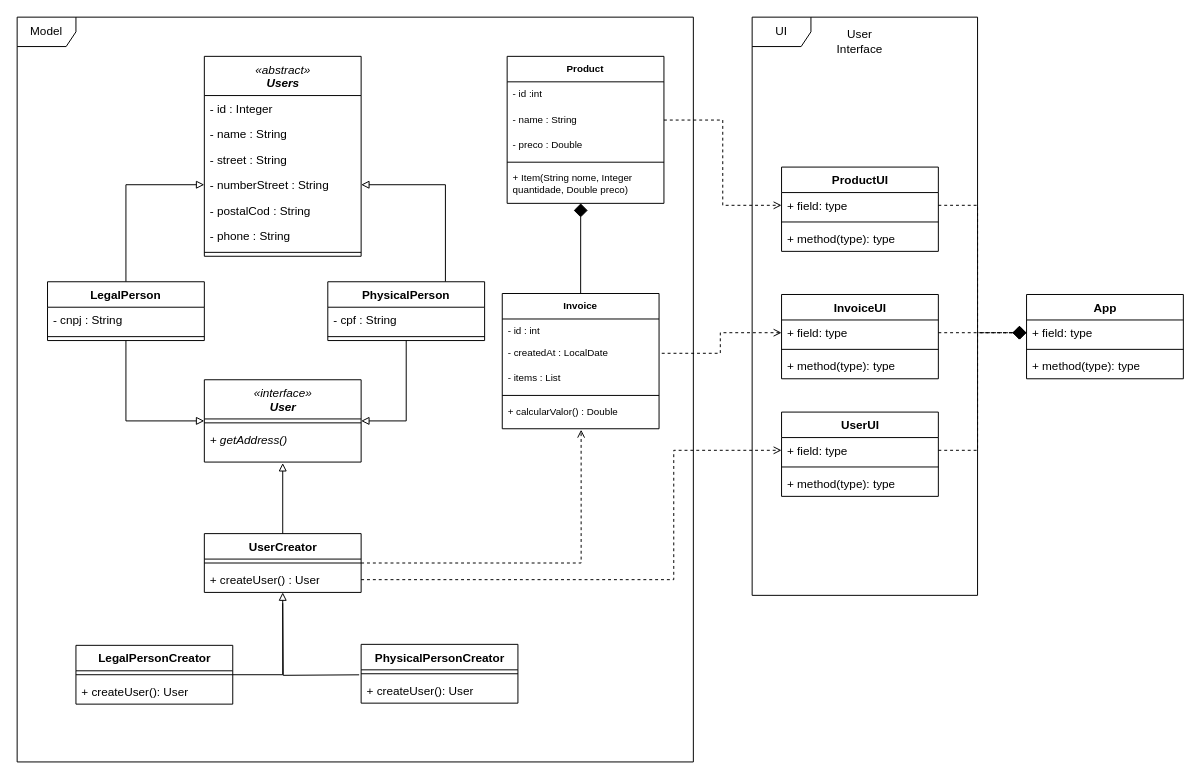
Earlier version of the draw.io diagram docs/checkpoint2.drawio (carlosalbertofilho/checkpoint2-poo1). Source tidied: cells renumbered, new cells numbered last; positions are measured from the earlier drawing's top-left corner, leaving out a move shared by most shapes. Both pictures are drawn from the tidied source at 98%, with x=0, y=0 at pixel (17, 17).
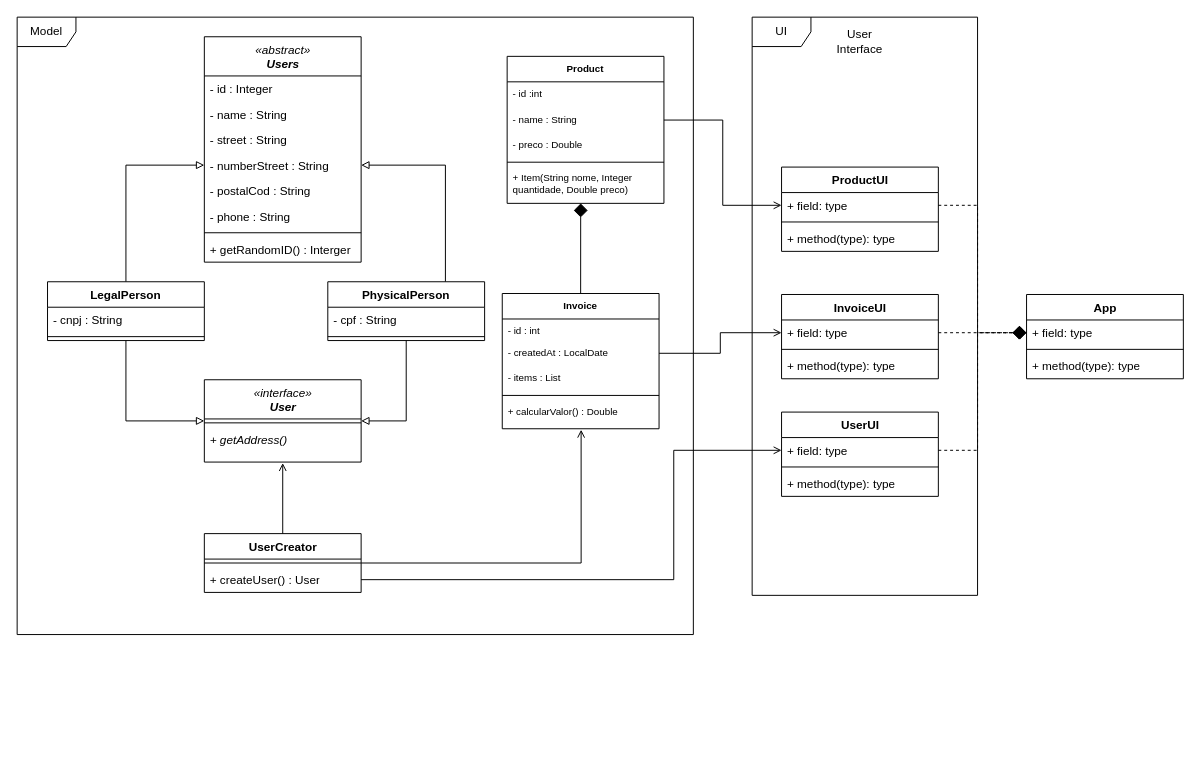
Above is the later version.

Unchanged cells that the change refers to:
```xml
<mxCell id="8" value="+ getAddress()" style="text;strokeColor=none;fillColor=none;align=left;verticalAlign=top;spacingLeft=4;spacingRight=4;overflow=hidden;points=[[0,0.5],[1,0.5]];portConstraint=eastwest;whiteSpace=wrap;fontStyle=2;" parent="6" vertex="1">
  <mxGeometry y="48" width="160" height="36" as="geometry" />
</mxCell>
<mxCell id="11" value="- createdAt : LocalDate" style="text;strokeColor=none;fillColor=none;align=left;verticalAlign=top;spacingLeft=4;spacingRight=4;overflow=hidden;points=[[0,0.5],[1,0.5]];portConstraint=eastwest;fontSize=10;html=0;" parent="9" vertex="1">
  <mxGeometry y="48" width="160" height="26" as="geometry" />
</mxCell>
<mxCell id="14" value="+ calcularValor() : Double" style="text;strokeColor=none;fillColor=none;align=left;verticalAlign=top;spacingLeft=4;spacingRight=4;overflow=hidden;points=[[0,0.5],[1,0.5]];portConstraint=eastwest;fontSize=10;html=0;" parent="9" vertex="1">
  <mxGeometry y="108" width="160" height="30" as="geometry" />
</mxCell>
<mxCell id="17" value="- name : String" style="text;strokeColor=none;fillColor=none;align=left;verticalAlign=top;spacingLeft=4;spacingRight=4;overflow=hidden;points=[[0,0.5],[1,0.5]];portConstraint=eastwest;fontSize=10;html=0;" parent="15" vertex="1">
  <mxGeometry y="52" width="160" height="26" as="geometry" />
</mxCell>
<mxCell id="31" value="UserCreator" style="swimlane;fontStyle=1;align=center;verticalAlign=top;horizontal=1;startSize=26;html=1;" parent="1" vertex="1">
  <mxGeometry x="191" y="527" width="160" height="60" as="geometry" />
</mxCell>
<mxCell id="33" value="+ createUser() : User" style="text;strokeColor=none;fillColor=none;align=left;verticalAlign=top;spacingLeft=4;spacingRight=4;overflow=hidden;points=[[0,0.5],[1,0.5]];portConstraint=eastwest;html=1;" parent="31" vertex="1">
  <mxGeometry y="34" width="160" height="26" as="geometry" />
</mxCell>
<mxCell id="44" value="+ field: type" style="text;strokeColor=none;fillColor=none;align=left;verticalAlign=top;spacingLeft=4;spacingRight=4;overflow=hidden;points=[[0,0.5],[1,0.5]];portConstraint=eastwest;html=1;" parent="43" vertex="1">
  <mxGeometry y="26" width="160" height="26" as="geometry" />
</mxCell>
<mxCell id="48" value="+ field: type" style="text;strokeColor=none;fillColor=none;align=left;verticalAlign=top;spacingLeft=4;spacingRight=4;overflow=hidden;points=[[0,0.5],[1,0.5]];portConstraint=eastwest;html=1;" parent="47" vertex="1">
  <mxGeometry y="26" width="160" height="26" as="geometry" />
</mxCell>
<mxCell id="52" value="+ field: type" style="text;strokeColor=none;fillColor=none;align=left;verticalAlign=top;spacingLeft=4;spacingRight=4;overflow=hidden;points=[[0,0.5],[1,0.5]];portConstraint=eastwest;html=1;" parent="51" vertex="1">
  <mxGeometry y="26" width="160" height="26" as="geometry" />
</mxCell>
```

Diff of the diagram source:
```diff
@@
     <mxCell id="2" value="Model" style="shape=umlFrame;whiteSpace=wrap;html=1;" parent="1" vertex="1">
-      <mxGeometry width="690" height="760" as="geometry" />
+      <mxGeometry width="690" height="630" as="geometry" />
     </mxCell>
@@
-    <mxCell id="30" style="edgeStyle=orthogonalEdgeStyle;rounded=0;jettySize=auto;html=1;exitX=1;exitY=0.5;exitDx=0;exitDy=0;dashed=1;endArrow=open;endFill=0;entryX=0.503;entryY=1.033;entryDx=0;entryDy=0;entryPerimeter=0;" parent="1" edge="1" source="31" target="14">
+    <mxCell id="30" style="edgeStyle=orthogonalEdgeStyle;rounded=0;jettySize=auto;html=1;exitX=1;exitY=0.5;exitDx=0;exitDy=0;endArrow=open;endFill=0;entryX=0.503;entryY=1.033;entryDx=0;entryDy=0;entryPerimeter=0;" parent="1" edge="1" source="31" target="14">
       <mxGeometry relative="1" as="geometry" />
     </mxCell>
@@
-    <mxCell id="34" style="edgeStyle=orthogonalEdgeStyle;rounded=0;jettySize=auto;html=1;exitX=1;exitY=0.5;exitDx=0;exitDy=0;endArrow=block;endFill=0;" parent="1" edge="1" source="35" target="31">
-      <mxGeometry relative="1" as="geometry" />
-    </mxCell>
-    <mxCell id="35" value="LegalPersonCreator" style="swimlane;fontStyle=1;align=center;verticalAlign=top;horizontal=1;startSize=26;html=1;" parent="1" vertex="1">
-      <mxGeometry x="60" y="641" width="160" height="60" as="geometry" />
-    </mxCell>
-    <mxCell id="36" style="line;strokeWidth=1;fillColor=none;align=left;verticalAlign=middle;spacingTop=-1;spacingLeft=3;spacingRight=3;labelPosition=right;html=1;" parent="35" vertex="1">
-      <mxGeometry y="26" width="160" height="8" as="geometry" />
-    </mxCell>
-    <mxCell id="37" value="+ createUser(): User" style="text;strokeColor=none;fillColor=none;align=left;verticalAlign=top;spacingLeft=4;spacingRight=4;overflow=hidden;html=1;" parent="35" vertex="1">
-      <mxGeometry y="34" width="160" height="26" as="geometry" />
-    </mxCell>
-    <mxCell id="38" style="edgeStyle=orthogonalEdgeStyle;rounded=0;orthogonalLoop=1;jettySize=auto;html=1;exitX=-0.006;exitY=0.632;exitDx=0;exitDy=0;endArrow=none;endFill=0;exitPerimeter=0;" parent="1" edge="1">
-      <mxGeometry relative="1" as="geometry">
-        <mxPoint x="349" y="671.1" as="sourcePoint" />
-        <mxPoint x="271" y="598" as="targetPoint" />
-      </mxGeometry>
-    </mxCell>
-    <mxCell id="39" value="PhysicalPersonCreator" style="swimlane;fontStyle=1;align=center;verticalAlign=top;horizontal=1;startSize=26;html=1;" parent="1" vertex="1">
-      <mxGeometry x="351" y="640" width="160" height="60" as="geometry" />
-    </mxCell>
-    <mxCell id="40" style="line;strokeWidth=1;fillColor=none;align=left;verticalAlign=middle;spacingTop=-1;spacingLeft=3;spacingRight=3;labelPosition=right;html=1;" parent="39" vertex="1">
-      <mxGeometry y="26" width="160" height="8" as="geometry" />
-    </mxCell>
-    <mxCell id="41" value="+ createUser(): User" style="text;strokeColor=none;fillColor=none;align=left;verticalAlign=top;spacingLeft=4;spacingRight=4;overflow=hidden;html=1;" parent="39" vertex="1">
-      <mxGeometry y="34" width="160" height="26" as="geometry" />
-    </mxCell>
-    <mxCell id="42" style="edgeStyle=orthogonalEdgeStyle;rounded=0;jettySize=auto;html=1;entryX=0.5;entryY=1.028;entryDx=0;entryDy=0;entryPerimeter=0;endArrow=block;endFill=0;exitX=0.5;exitY=0;exitDx=0;exitDy=0;" parent="1" edge="1" source="31" target="8">
+    <mxCell id="42" style="edgeStyle=orthogonalEdgeStyle;rounded=0;jettySize=auto;html=1;entryX=0.5;entryY=1.028;entryDx=0;entryDy=0;entryPerimeter=0;endArrow=open;endFill=0;exitX=0.5;exitY=0;exitDx=0;exitDy=0;" parent="1" edge="1" source="31" target="8">
       <mxGeometry relative="1" as="geometry" />
     </mxCell>
@@
-    <mxCell id="59" style="edgeStyle=orthogonalEdgeStyle;rounded=0;jettySize=auto;html=1;exitX=1;exitY=0.5;exitDx=0;exitDy=0;entryX=0;entryY=0.5;entryDx=0;entryDy=0;dashed=1;endArrow=open;endFill=0;startArrow=none;startFill=0;" parent="1" edge="1" source="17" target="44">
+    <mxCell id="59" style="edgeStyle=orthogonalEdgeStyle;rounded=0;jettySize=auto;html=1;exitX=1;exitY=0.5;exitDx=0;exitDy=0;entryX=0;entryY=0.5;entryDx=0;entryDy=0;endArrow=open;endFill=0;startArrow=none;startFill=0;" parent="1" edge="1" source="17" target="44">
       <mxGeometry relative="1" as="geometry" />
     </mxCell>
-    <mxCell id="60" style="edgeStyle=orthogonalEdgeStyle;rounded=0;jettySize=auto;html=1;exitX=0;exitY=0.5;exitDx=0;exitDy=0;entryX=1;entryY=0.5;entryDx=0;entryDy=0;dashed=1;startArrow=open;startFill=0;endArrow=none;endFill=0;" parent="1" edge="1" source="48" target="11">
+    <mxCell id="60" style="edgeStyle=orthogonalEdgeStyle;rounded=0;jettySize=auto;html=1;exitX=0;exitY=0.5;exitDx=0;exitDy=0;entryX=1;entryY=0.5;entryDx=0;entryDy=0;startArrow=open;startFill=0;endArrow=none;endFill=0;" parent="1" edge="1" source="48" target="11">
       <mxGeometry relative="1" as="geometry" />
     </mxCell>
-    <mxCell id="61" style="edgeStyle=orthogonalEdgeStyle;rounded=0;jettySize=auto;html=1;exitX=1;exitY=0.5;exitDx=0;exitDy=0;entryX=0;entryY=0.5;entryDx=0;entryDy=0;dashed=1;startArrow=none;startFill=0;endArrow=open;endFill=0;" parent="1" edge="1" source="33" target="52">
+    <mxCell id="61" style="edgeStyle=orthogonalEdgeStyle;rounded=0;jettySize=auto;html=1;exitX=1;exitY=0.5;exitDx=0;exitDy=0;entryX=0;entryY=0.5;entryDx=0;entryDy=0;startArrow=none;startFill=0;endArrow=open;endFill=0;" parent="1" edge="1" source="33" target="52">
       <mxGeometry relative="1" as="geometry">
         <Array as="points">
           <mxPoint x="670" y="574" />
           <mxPoint x="670" y="442" />
         </Array>
       </mxGeometry>
     </mxCell>
@@
     <mxCell id="66" value="&lt;span style=&quot;font-weight: normal;&quot;&gt;«abstract»&lt;/span&gt;&lt;br&gt;Users" style="swimlane;fontStyle=3;align=center;verticalAlign=top;horizontal=1;startSize=40;html=1;" parent="1" vertex="1">
-      <mxGeometry x="191" y="40" width="160" height="204" as="geometry" />
+      <mxGeometry x="191" y="20" width="160" height="230" as="geometry" />
     </mxCell>
@@
+    <mxCell id="74" value="+ getRandomID() : Interger" style="text;strokeColor=none;fillColor=none;align=left;verticalAlign=top;spacingLeft=4;spacingRight=4;overflow=hidden;" parent="66" vertex="1">
+      <mxGeometry y="204" width="160" height="26" as="geometry" />
+    </mxCell>
```
